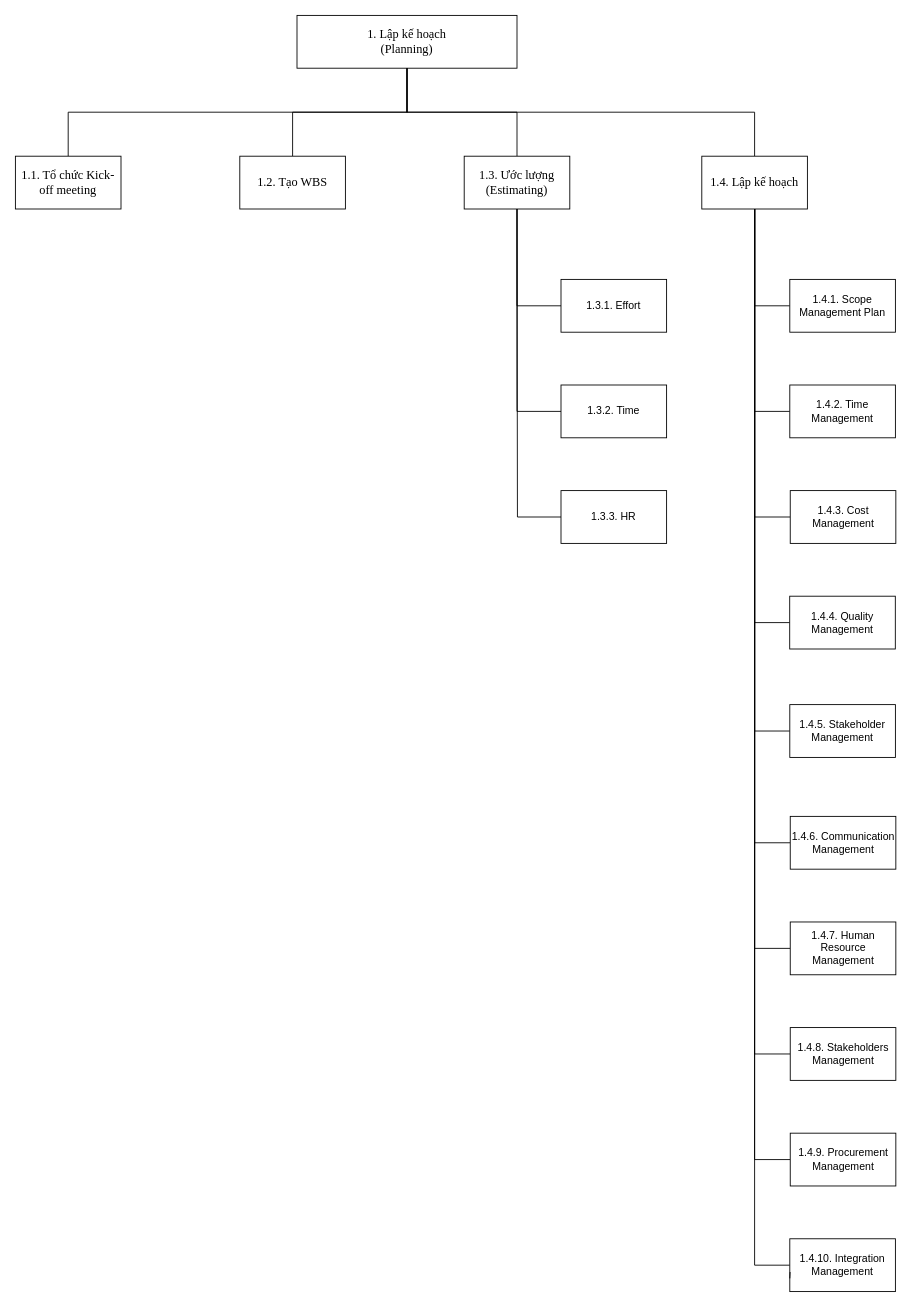
MinhNgoc61021/PM keeps this draw.io diagram as page "Planning" (1 of 6) of WBS Library Official.drawio. Above is the earlier version. Source tidied: cells renumbered, new cells numbered last; positions are measured from the earlier drawing's top-left corner, leaving out a move shared by most shapes. Both pictures are drawn from the tidied source at 88%, with x=0, y=0 at pixel (15, 15).
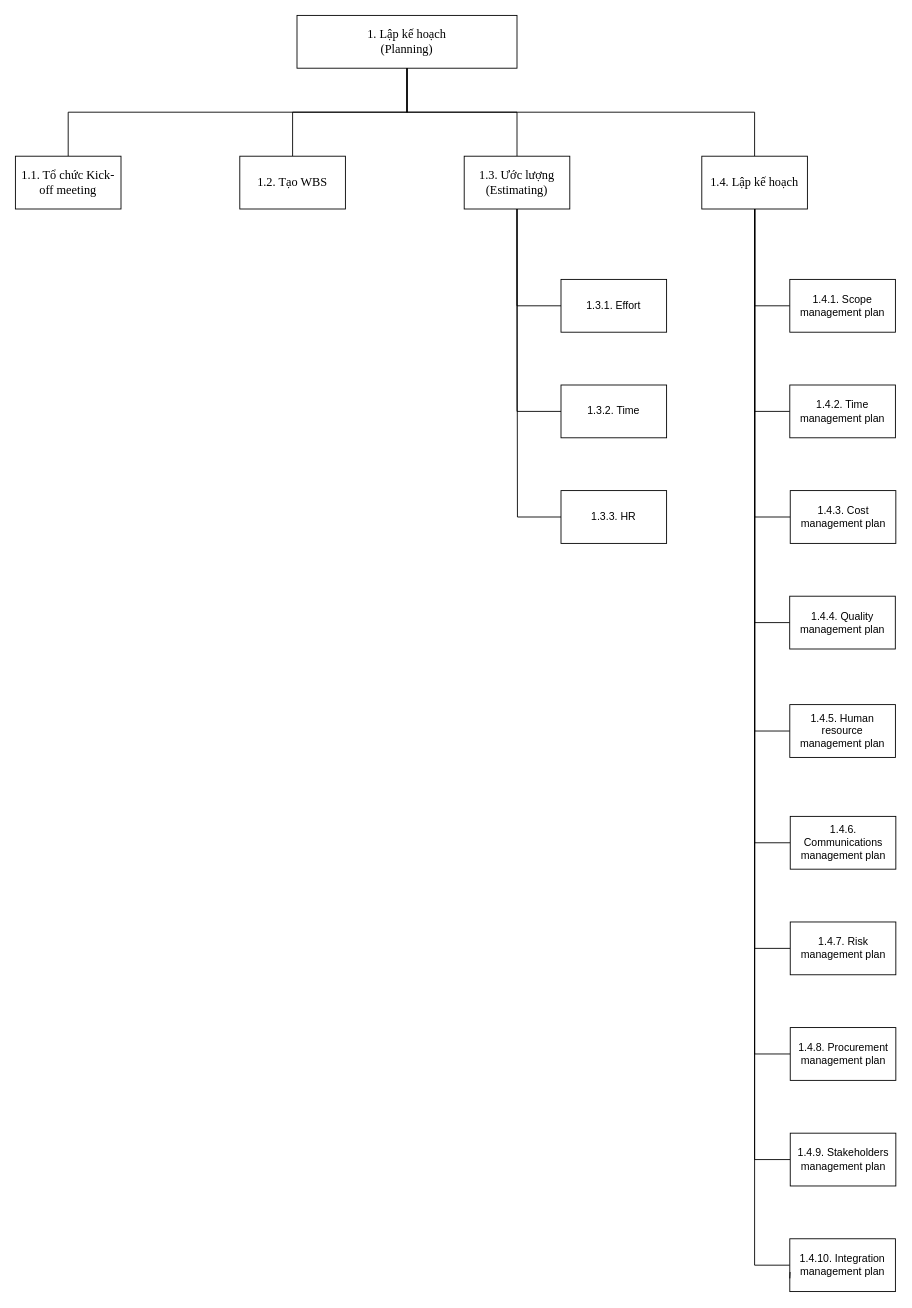
After the change.

What changed in the source:
```diff
@@
-    <mxCell id="18" value="1.4.5. Stakeholder Management" style="rounded=0;whiteSpace=wrap;html=1;" parent="1" vertex="1">
+    <mxCell id="18" value="1.4.5. Human resource management plan" style="rounded=0;whiteSpace=wrap;html=1;" parent="1" vertex="1">
       <mxGeometry x="880" y="783.2" width="120" height="60" as="geometry" />
     </mxCell>
@@
-    <mxCell id="20" value="1.4.4. Quality Management" style="rounded=0;whiteSpace=wrap;html=1;" parent="1" vertex="1">
+    <mxCell id="20" value="1.4.4. Quality management plan" style="rounded=0;whiteSpace=wrap;html=1;" parent="1" vertex="1">
       <mxGeometry x="879.9" y="660" width="120" height="60" as="geometry" />
     </mxCell>
@@
-    <mxCell id="22" value="1.4.3. Cost Management" style="rounded=0;whiteSpace=wrap;html=1;" parent="1" vertex="1">
+    <mxCell id="22" value="1.4.3. Cost management plan" style="rounded=0;whiteSpace=wrap;html=1;" parent="1" vertex="1">
       <mxGeometry x="880.5" y="540" width="120" height="60" as="geometry" />
     </mxCell>
@@
-    <mxCell id="24" value="1.4.1. Scope Management Plan" style="rounded=0;whiteSpace=wrap;html=1;" parent="1" vertex="1">
+    <mxCell id="24" value="1.4.1. Scope management plan" style="rounded=0;whiteSpace=wrap;html=1;" parent="1" vertex="1">
       <mxGeometry x="880" y="300" width="120" height="60" as="geometry" />
     </mxCell>
@@
-    <mxCell id="26" value="1.4.2. Time Management" style="rounded=0;whiteSpace=wrap;html=1;" parent="1" vertex="1">
+    <mxCell id="26" value="1.4.2. Time management plan" style="rounded=0;whiteSpace=wrap;html=1;" parent="1" vertex="1">
       <mxGeometry x="880" y="420" width="120" height="60" as="geometry" />
     </mxCell>
@@
-    <mxCell id="28" value="1.4.6. Communication Management" style="rounded=0;whiteSpace=wrap;html=1;" parent="1" vertex="1">
+    <mxCell id="28" value="1.4.6. Communications management plan" style="rounded=0;whiteSpace=wrap;html=1;" parent="1" vertex="1">
       <mxGeometry x="880.5" y="910.2" width="120" height="60" as="geometry" />
     </mxCell>
@@
-    <mxCell id="30" value="1.4.8. Stakeholders Management" style="rounded=0;whiteSpace=wrap;html=1;" parent="1" vertex="1">
+    <mxCell id="30" value="1.4.8. Procurement management plan&lt;br&gt;" style="rounded=0;whiteSpace=wrap;html=1;" parent="1" vertex="1">
       <mxGeometry x="880.5" y="1150.2" width="120" height="60" as="geometry" />
     </mxCell>
@@
-    <mxCell id="32" value="1.4.7. Human Resource Management" style="rounded=0;whiteSpace=wrap;html=1;" parent="1" vertex="1">
+    <mxCell id="32" value="1.4.7. Risk management plan" style="rounded=0;whiteSpace=wrap;html=1;" parent="1" vertex="1">
       <mxGeometry x="880.5" y="1030.2" width="120" height="60" as="geometry" />
     </mxCell>
@@
-    <mxCell id="34" value="1.4.10. Integration Management" style="rounded=0;whiteSpace=wrap;html=1;" parent="1" vertex="1">
+    <mxCell id="34" value="1.4.10. Integration management plan" style="rounded=0;whiteSpace=wrap;html=1;" parent="1" vertex="1">
       <mxGeometry x="880" y="1390.2" width="120" height="60" as="geometry" />
     </mxCell>
@@
-    <mxCell id="36" value="1.4.9. Procurement Management" style="rounded=0;whiteSpace=wrap;html=1;" parent="1" vertex="1">
+    <mxCell id="36" value="1.4.9. Stakeholders management plan" style="rounded=0;whiteSpace=wrap;html=1;" parent="1" vertex="1">
       <mxGeometry x="880.5" y="1270.2" width="120" height="60" as="geometry" />
     </mxCell>
```
